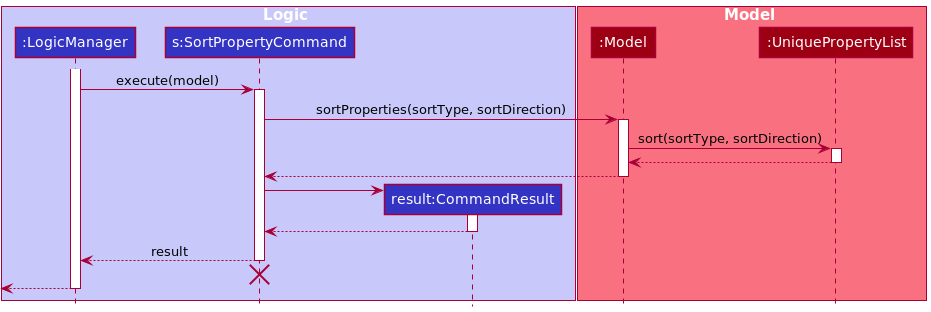
waynetee/tp keeps this PlantUML diagram as docs/images/SortExecutionSequenceDiagram.png. Above is the earlier version.
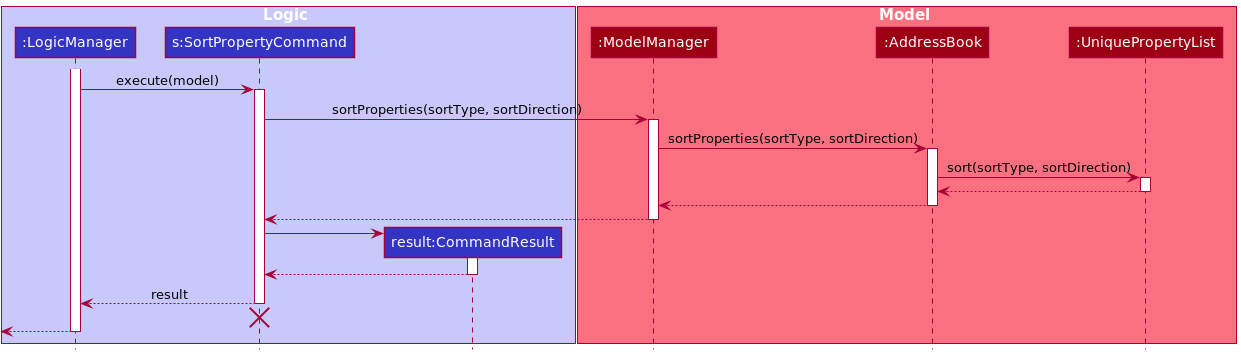
Later version of the same file.

Commit message:
Update sort execution sequence diagram

What changed in the source:
```diff
@@ -8,7 +8,8 @@
 end box
 
 box Model MODEL_COLOR_T1
-participant ":Model" as Model MODEL_COLOR
+participant ":ModelManager" as Model MODEL_COLOR
+participant ":AddressBook" as AddressBook MODEL_COLOR
 participant ":UniquePropertyList" as UniquePropertyList MODEL_COLOR
 end box
 
@@ -19,11 +20,17 @@
 SortPropertyCommand -> Model : sortProperties(sortType, sortDirection)
 activate Model
 
-Model -> UniquePropertyList : sort(sortType, sortDirection)
+Model -> AddressBook : sortProperties(sortType, sortDirection)
+activate AddressBook
+
+AddressBook -> UniquePropertyList : sort(sortType, sortDirection)
 activate UniquePropertyList
 
-UniquePropertyList --> Model
+UniquePropertyList --> AddressBook
 deactivate UniquePropertyList
+
+AddressBook --> Model
+deactivate AddressBook
 
 Model --> SortPropertyCommand
 deactivate Model
```
